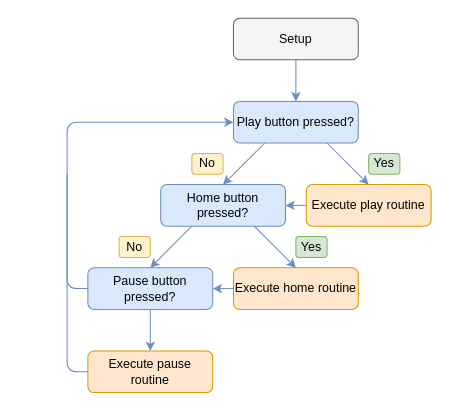
The draw.io diagram Design/Software/SuperLoop.drawio in pdnelson/Automatic-Record-Player, before the edit. Source tidied: cells renumbered, new cells numbered last; positions are measured from the earlier drawing's top-left corner, leaving out a move shared by most shapes. Both pictures are drawn from the tidied source at 104%, with x=0, y=0 at pixel (67, 18).
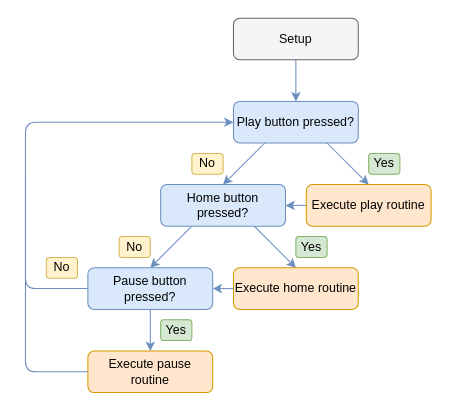
The same diagram, later.

Commit message:
added yes/no to the last event

The change refers to these unchanged cells:
```xml
<mxCell id="4" value="&lt;font color=&quot;#000000&quot;&gt;Pause button pressed?&lt;/font&gt;" style="rounded=1;whiteSpace=wrap;html=1;fillColor=#dae8fc;strokeColor=#6c8ebf;" parent="1" vertex="1">
  <mxGeometry x="20" y="240" width="120" height="40" as="geometry" />
</mxCell>
<mxCell id="5" value="&lt;font color=&quot;#000000&quot;&gt;Play button pressed?&lt;/font&gt;" style="rounded=1;whiteSpace=wrap;html=1;fillColor=#dae8fc;strokeColor=#6c8ebf;" parent="1" vertex="1">
  <mxGeometry x="160" y="80" width="120" height="40" as="geometry" />
</mxCell>
<mxCell id="13" value="&lt;font color=&quot;#000000&quot;&gt;Execute pause routine&lt;/font&gt;" style="rounded=1;whiteSpace=wrap;html=1;fillColor=#ffe6cc;strokeColor=#d79b00;" parent="1" vertex="1">
  <mxGeometry x="20" y="320" width="120" height="40" as="geometry" />
</mxCell>
```

Diff of the diagram source:
```diff
@@
     <mxCell id="21" style="endArrow=classic;html=1;fillColor=#dae8fc;strokeColor=#6c8ebf;entryX=0;entryY=0.5;entryDx=0;entryDy=0;exitX=0;exitY=0.5;exitDx=0;exitDy=0;" parent="1" edge="1" source="13" target="5">
       <mxGeometry relative="1" as="geometry">
         <Array as="points">
-          <mxPoint y="340" />
-          <mxPoint y="100" />
+          <mxPoint x="-40" y="340" />
+          <mxPoint x="-40" y="100" />
         </Array>
       </mxGeometry>
     </mxCell>
     <mxCell id="22" style="endArrow=none;html=1;fillColor=#dae8fc;strokeColor=#6c8ebf;exitX=0;exitY=0.5;exitDx=0;exitDy=0;" parent="1" edge="1" source="4">
       <mxGeometry relative="1" as="geometry">
-        <mxPoint y="150" as="targetPoint" />
+        <mxPoint x="-40" y="150" as="targetPoint" />
         <Array as="points">
-          <mxPoint y="260" />
+          <mxPoint x="-40" y="260" />
         </Array>
       </mxGeometry>
     </mxCell>
+    <mxCell id="23" value="&lt;font color=&quot;#000000&quot;&gt;No&lt;/font&gt;" style="rounded=1;whiteSpace=wrap;html=1;fillColor=#fff2cc;strokeColor=#d6b656;" parent="1" vertex="1">
+      <mxGeometry x="-20" y="230" width="30" height="20" as="geometry" />
+    </mxCell>
+    <mxCell id="24" value="&lt;font color=&quot;#000000&quot;&gt;Yes&lt;/font&gt;" style="rounded=1;whiteSpace=wrap;html=1;fillColor=#d5e8d4;strokeColor=#82b366;" parent="1" vertex="1">
+      <mxGeometry x="90" y="290" width="30" height="20" as="geometry" />
+    </mxCell>
```
